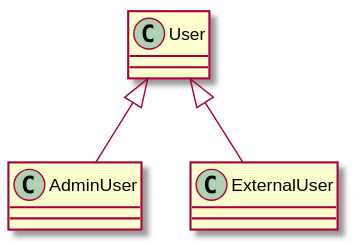
hsro-inf-prg3/hsro-inf-prg3.github.io keeps this PlantUML diagram as assets/mixin-diamond-1.svg. Above is the earlier version. Its diagram source:
```plantuml
@startuml mixin-diamond-1

class User {
}

class AdminUser extends User {

}

class ExternalUser extends User {

}


@enduml
```
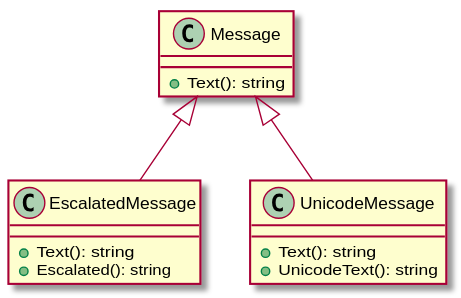
After the commit.

Change to the diagram source:
```diff
@@ -1,14 +1,17 @@
 @startuml mixin-diamond-1
 
-class User {
+class Message {
+	+Text(): string
 }
 
-class AdminUser extends User {
-
+class EscalatedMessage extends Message {
+	+Text(): string
+	+Escalated(): string
 }
 
-class ExternalUser extends User {
-
+class UnicodeMessage extends Message {
+	+Text(): string
+	+UnicodeText(): string
 }
 
 
```
